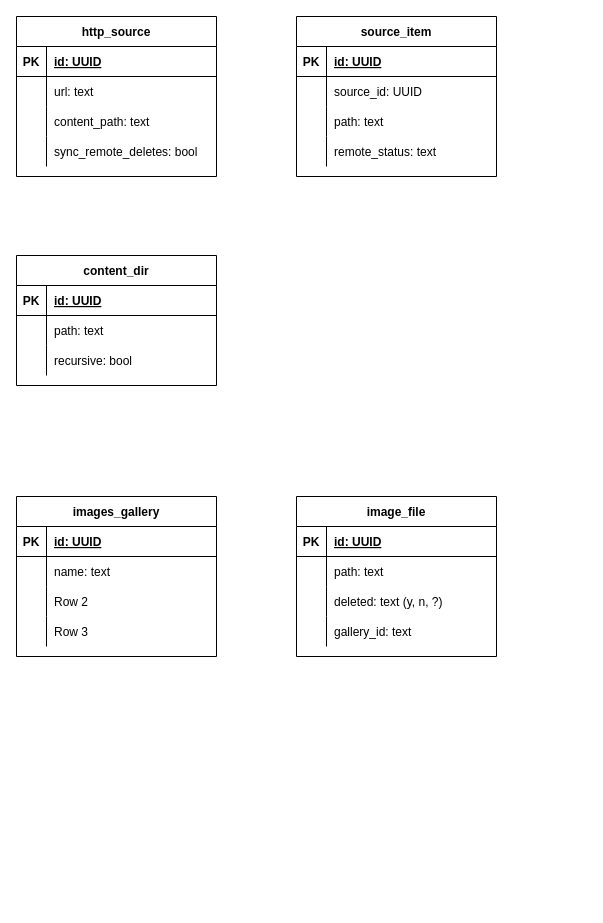
giobyte8/galleries keeps this draw.io diagram as docs/DB Schema.drawio. Above is the earlier version. Source tidied: cells renumbered, new cells numbered last; positions are measured from the earlier drawing's top-left corner, leaving out a move shared by most shapes. Both pictures are drawn from the tidied source at 100%, with x=0, y=0 at pixel (16, 16).
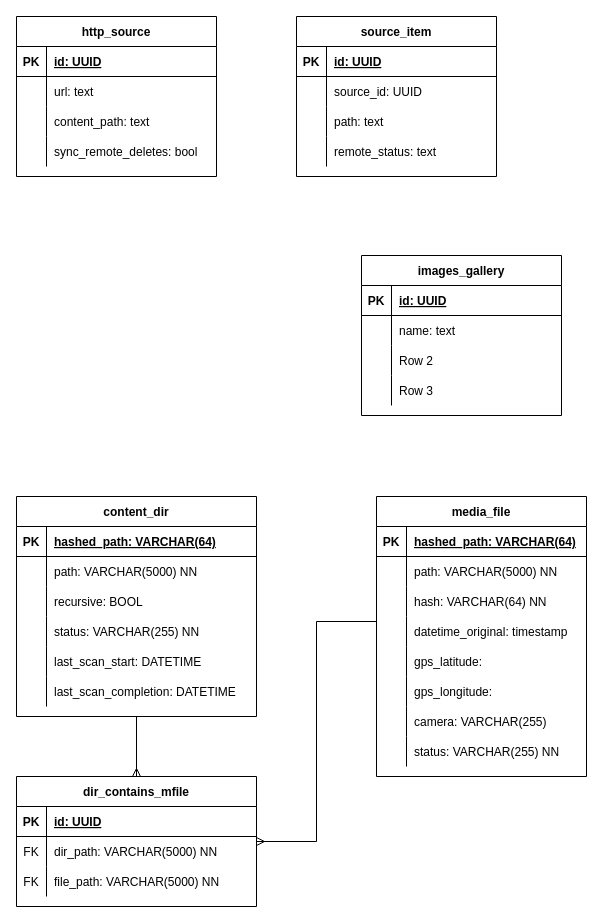
After the change.

Commit message (it also covers changes not shown here):
Add 'scanner' service design and db schema

The edit, as a diff of the source:
```diff
@@
+    <mxCell id="64" style="edgeStyle=orthogonalEdgeStyle;rounded=0;jettySize=auto;html=1;exitX=0.5;exitY=1;exitDx=0;exitDy=0;entryX=0.5;entryY=0;entryDx=0;entryDy=0;endArrow=ERmany;endFill=0;" parent="1" edge="1" source="28" target="86">
+      <mxGeometry relative="1" as="geometry" />
+    </mxCell>
     <mxCell id="28" value="content_dir" style="shape=table;startSize=30;childLayout=tableLayout;rowLines=0;fontStyle=1;align=center;" parent="1" vertex="1">
-      <mxGeometry y="239" width="200" height="130" as="geometry" />
+      <mxGeometry y="480" width="240" height="220" as="geometry" />
     </mxCell>
     <mxCell id="29" style="shape=tableRow;horizontal=0;startSize=0;swimlaneHead=0;swimlaneBody=0;fillColor=none;top=0;left=0;right=0;bottom=1;" parent="28" vertex="1">
-      <mxGeometry y="30" width="200" height="30" as="geometry" />
+      <mxGeometry y="30" width="240" height="30" as="geometry" />
     </mxCell>
@@
-    <mxCell id="31" value="id: UUID" style="shape=partialRectangle;fillColor=none;top=0;left=0;bottom=0;right=0;align=left;spacingLeft=6;fontStyle=5;overflow=hidden;" parent="29" vertex="1">
-      <mxGeometry x="30" width="170" height="30" as="geometry" />
+    <mxCell id="31" value="hashed_path: VARCHAR(64)" style="shape=partialRectangle;fillColor=none;top=0;left=0;bottom=0;right=0;align=left;spacingLeft=6;fontStyle=5;overflow=hidden;" parent="29" vertex="1">
+      <mxGeometry x="30" width="210" height="30" as="geometry" />
     </mxCell>
+    <mxCell id="65" style="shape=tableRow;horizontal=0;startSize=0;swimlaneHead=0;swimlaneBody=0;fillColor=none;top=0;left=0;right=0;bottom=0;" parent="28" vertex="1">
+      <mxGeometry y="60" width="240" height="30" as="geometry" />
+    </mxCell>
+    <mxCell id="66" style="shape=partialRectangle;fillColor=none;top=0;left=0;bottom=0;right=0;overflow=hidden;" parent="65" vertex="1">
+      <mxGeometry width="30" height="30" as="geometry" />
+    </mxCell>
+    <mxCell id="67" value="path: VARCHAR(5000) NN" style="shape=partialRectangle;fillColor=none;top=0;left=0;bottom=0;right=0;align=left;spacingLeft=6;overflow=hidden;" parent="65" vertex="1">
+      <mxGeometry x="30" width="210" height="30" as="geometry" />
+    </mxCell>
+    <mxCell id="35" style="shape=tableRow;horizontal=0;startSize=0;swimlaneHead=0;swimlaneBody=0;fillColor=none;top=0;left=0;right=0;bottom=0;" parent="28" vertex="1">
+      <mxGeometry y="90" width="240" height="30" as="geometry" />
+    </mxCell>
+    <mxCell id="36" style="shape=partialRectangle;fillColor=none;top=0;left=0;bottom=0;right=0;overflow=hidden;" parent="35" vertex="1">
+      <mxGeometry width="30" height="30" as="geometry" />
+    </mxCell>
+    <mxCell id="37" value="recursive: BOOL" style="shape=partialRectangle;fillColor=none;top=0;left=0;bottom=0;right=0;align=left;spacingLeft=6;overflow=hidden;" parent="35" vertex="1">
+      <mxGeometry x="30" width="210" height="30" as="geometry" />
+    </mxCell>
     <mxCell id="32" style="shape=tableRow;horizontal=0;startSize=0;swimlaneHead=0;swimlaneBody=0;fillColor=none;top=0;left=0;right=0;bottom=0;" parent="28" vertex="1">
-      <mxGeometry y="60" width="200" height="30" as="geometry" />
+      <mxGeometry y="120" width="240" height="30" as="geometry" />
     </mxCell>
@@
-    <mxCell id="34" value="path: text" style="shape=partialRectangle;fillColor=none;top=0;left=0;bottom=0;right=0;align=left;spacingLeft=6;overflow=hidden;" parent="32" vertex="1">
-      <mxGeometry x="30" width="170" height="30" as="geometry" />
+    <mxCell id="34" value="status: VARCHAR(255) NN" style="shape=partialRectangle;fillColor=none;top=0;left=0;bottom=0;right=0;align=left;spacingLeft=6;overflow=hidden;" parent="32" vertex="1">
+      <mxGeometry x="30" width="210" height="30" as="geometry" />
     </mxCell>
-    <mxCell id="35" style="shape=tableRow;horizontal=0;startSize=0;swimlaneHead=0;swimlaneBody=0;fillColor=none;top=0;left=0;right=0;bottom=0;" parent="28" vertex="1">
-      <mxGeometry y="90" width="200" height="30" as="geometry" />
-    </mxCell>
-    <mxCell id="36" style="shape=partialRectangle;fillColor=none;top=0;left=0;bottom=0;right=0;overflow=hidden;" parent="35" vertex="1">
-      <mxGeometry width="30" height="30" as="geometry" />
-    </mxCell>
-    <mxCell id="37" value="recursive: bool" style="shape=partialRectangle;fillColor=none;top=0;left=0;bottom=0;right=0;align=left;spacingLeft=6;overflow=hidden;" parent="35" vertex="1">
-      <mxGeometry x="30" width="170" height="30" as="geometry" />
-    </mxCell>
+    <mxCell id="68" style="shape=tableRow;horizontal=0;startSize=0;swimlaneHead=0;swimlaneBody=0;fillColor=none;top=0;left=0;right=0;bottom=0;" parent="28" vertex="1">
+      <mxGeometry y="150" width="240" height="30" as="geometry" />
+    </mxCell>
+    <mxCell id="69" style="shape=partialRectangle;fillColor=none;top=0;left=0;bottom=0;right=0;overflow=hidden;" parent="68" vertex="1">
+      <mxGeometry width="30" height="30" as="geometry" />
+    </mxCell>
+    <mxCell id="70" value="last_scan_start: DATETIME" style="shape=partialRectangle;fillColor=none;top=0;left=0;bottom=0;right=0;align=left;spacingLeft=6;overflow=hidden;" parent="68" vertex="1">
+      <mxGeometry x="30" width="210" height="30" as="geometry" />
+    </mxCell>
+    <mxCell id="71" style="shape=tableRow;horizontal=0;startSize=0;swimlaneHead=0;swimlaneBody=0;fillColor=none;top=0;left=0;right=0;bottom=0;" parent="28" vertex="1">
+      <mxGeometry y="180" width="240" height="30" as="geometry" />
+    </mxCell>
+    <mxCell id="72" style="shape=partialRectangle;fillColor=none;top=0;left=0;bottom=0;right=0;overflow=hidden;" parent="71" vertex="1">
+      <mxGeometry width="30" height="30" as="geometry" />
+    </mxCell>
+    <mxCell id="73" value="last_scan_completion: DATETIME" style="shape=partialRectangle;fillColor=none;top=0;left=0;bottom=0;right=0;align=left;spacingLeft=6;overflow=hidden;" parent="71" vertex="1">
+      <mxGeometry x="30" width="210" height="30" as="geometry" />
+    </mxCell>
-    <mxCell id="38" value="image_file" style="shape=table;startSize=30;childLayout=tableLayout;rowLines=0;fontStyle=1;align=center;" parent="1" vertex="1">
-      <mxGeometry x="280" y="480" width="200" height="160" as="geometry" />
+    <mxCell id="38" value="media_file" style="shape=table;startSize=30;childLayout=tableLayout;rowLines=0;fontStyle=1;align=center;" parent="1" vertex="1">
+      <mxGeometry x="360" y="480" width="210" height="280" as="geometry" />
     </mxCell>
     <mxCell id="39" style="shape=tableRow;horizontal=0;startSize=0;swimlaneHead=0;swimlaneBody=0;fillColor=none;top=0;left=0;right=0;bottom=1;" parent="38" vertex="1">
-      <mxGeometry y="30" width="200" height="30" as="geometry" />
+      <mxGeometry y="30" width="210" height="30" as="geometry" />
     </mxCell>
@@
-    <mxCell id="41" value="id: UUID" style="shape=partialRectangle;fillColor=none;top=0;left=0;bottom=0;right=0;align=left;spacingLeft=6;fontStyle=5;overflow=hidden;" parent="39" vertex="1">
-      <mxGeometry x="30" width="170" height="30" as="geometry" />
+    <mxCell id="41" value="hashed_path: VARCHAR(64)" style="shape=partialRectangle;fillColor=none;top=0;left=0;bottom=0;right=0;align=left;spacingLeft=6;fontStyle=5;overflow=hidden;" parent="39" vertex="1">
+      <mxGeometry x="30" width="180" height="30" as="geometry" />
     </mxCell>
-    <mxCell id="42" style="shape=tableRow;horizontal=0;startSize=0;swimlaneHead=0;swimlaneBody=0;fillColor=none;top=0;left=0;right=0;bottom=0;" parent="38" vertex="1">
-      <mxGeometry y="60" width="200" height="30" as="geometry" />
-    </mxCell>
-    <mxCell id="43" style="shape=partialRectangle;fillColor=none;top=0;left=0;bottom=0;right=0;overflow=hidden;" parent="42" vertex="1">
-      <mxGeometry width="30" height="30" as="geometry" />
-    </mxCell>
-    <mxCell id="44" value="path: text" style="shape=partialRectangle;fillColor=none;top=0;left=0;bottom=0;right=0;align=left;spacingLeft=6;overflow=hidden;" parent="42" vertex="1">
-      <mxGeometry x="30" width="170" height="30" as="geometry" />
-    </mxCell>
+    <mxCell id="74" style="shape=tableRow;horizontal=0;startSize=0;swimlaneHead=0;swimlaneBody=0;fillColor=none;top=0;left=0;right=0;bottom=0;" parent="38" vertex="1">
+      <mxGeometry y="60" width="210" height="30" as="geometry" />
+    </mxCell>
+    <mxCell id="75" style="shape=partialRectangle;fillColor=none;top=0;left=0;bottom=0;right=0;overflow=hidden;" parent="74" vertex="1">
+      <mxGeometry width="30" height="30" as="geometry" />
+    </mxCell>
+    <mxCell id="76" value="path: VARCHAR(5000) NN" style="shape=partialRectangle;fillColor=none;top=0;left=0;bottom=0;right=0;align=left;spacingLeft=6;overflow=hidden;" parent="74" vertex="1">
+      <mxGeometry x="30" width="180" height="30" as="geometry" />
+    </mxCell>
     <mxCell id="45" style="shape=tableRow;horizontal=0;startSize=0;swimlaneHead=0;swimlaneBody=0;fillColor=none;top=0;left=0;right=0;bottom=0;" parent="38" vertex="1">
-      <mxGeometry y="90" width="200" height="30" as="geometry" />
+      <mxGeometry y="90" width="210" height="30" as="geometry" />
     </mxCell>
@@
-    <mxCell id="47" value="deleted: text (y, n, ?)" style="shape=partialRectangle;fillColor=none;top=0;left=0;bottom=0;right=0;align=left;spacingLeft=6;overflow=hidden;" parent="45" vertex="1">
-      <mxGeometry x="30" width="170" height="30" as="geometry" />
+    <mxCell id="47" value="hash: VARCHAR(64) NN" style="shape=partialRectangle;fillColor=none;top=0;left=0;bottom=0;right=0;align=left;spacingLeft=6;overflow=hidden;" parent="45" vertex="1">
+      <mxGeometry x="30" width="180" height="30" as="geometry" />
     </mxCell>
     <mxCell id="48" style="shape=tableRow;horizontal=0;startSize=0;swimlaneHead=0;swimlaneBody=0;fillColor=none;top=0;left=0;right=0;bottom=0;" parent="38" vertex="1">
-      <mxGeometry y="120" width="200" height="30" as="geometry" />
+      <mxGeometry y="120" width="210" height="30" as="geometry" />
     </mxCell>
@@
-    <mxCell id="50" value="gallery_id: text" style="shape=partialRectangle;fillColor=none;top=0;left=0;bottom=0;right=0;align=left;spacingLeft=6;overflow=hidden;" parent="48" vertex="1">
-      <mxGeometry x="30" width="170" height="30" as="geometry" />
+    <mxCell id="50" value="datetime_original: timestamp" style="shape=partialRectangle;fillColor=none;top=0;left=0;bottom=0;right=0;align=left;spacingLeft=6;overflow=hidden;" parent="48" vertex="1">
+      <mxGeometry x="30" width="180" height="30" as="geometry" />
     </mxCell>
+    <mxCell id="42" style="shape=tableRow;horizontal=0;startSize=0;swimlaneHead=0;swimlaneBody=0;fillColor=none;top=0;left=0;right=0;bottom=0;" parent="38" vertex="1">
+      <mxGeometry y="150" width="210" height="30" as="geometry" />
+    </mxCell>
+    <mxCell id="43" style="shape=partialRectangle;fillColor=none;top=0;left=0;bottom=0;right=0;overflow=hidden;" parent="42" vertex="1">
+      <mxGeometry width="30" height="30" as="geometry" />
+    </mxCell>
+    <mxCell id="44" value="gps_latitude:" style="shape=partialRectangle;fillColor=none;top=0;left=0;bottom=0;right=0;align=left;spacingLeft=6;overflow=hidden;" parent="42" vertex="1">
+      <mxGeometry x="30" width="180" height="30" as="geometry" />
+    </mxCell>
+    <mxCell id="77" style="shape=tableRow;horizontal=0;startSize=0;swimlaneHead=0;swimlaneBody=0;fillColor=none;top=0;left=0;right=0;bottom=0;" parent="38" vertex="1">
+      <mxGeometry y="180" width="210" height="30" as="geometry" />
+    </mxCell>
+    <mxCell id="78" style="shape=partialRectangle;fillColor=none;top=0;left=0;bottom=0;right=0;overflow=hidden;" parent="77" vertex="1">
+      <mxGeometry width="30" height="30" as="geometry" />
+    </mxCell>
+    <mxCell id="79" value="gps_longitude: " style="shape=partialRectangle;fillColor=none;top=0;left=0;bottom=0;right=0;align=left;spacingLeft=6;overflow=hidden;" parent="77" vertex="1">
+      <mxGeometry x="30" width="180" height="30" as="geometry" />
+    </mxCell>
+    <mxCell id="80" style="shape=tableRow;horizontal=0;startSize=0;swimlaneHead=0;swimlaneBody=0;fillColor=none;top=0;left=0;right=0;bottom=0;" parent="38" vertex="1">
+      <mxGeometry y="210" width="210" height="30" as="geometry" />
+    </mxCell>
+    <mxCell id="81" style="shape=partialRectangle;fillColor=none;top=0;left=0;bottom=0;right=0;overflow=hidden;" parent="80" vertex="1">
+      <mxGeometry width="30" height="30" as="geometry" />
+    </mxCell>
+    <mxCell id="82" value="camera: VARCHAR(255)" style="shape=partialRectangle;fillColor=none;top=0;left=0;bottom=0;right=0;align=left;spacingLeft=6;overflow=hidden;" parent="80" vertex="1">
+      <mxGeometry x="30" width="180" height="30" as="geometry" />
+    </mxCell>
+    <mxCell id="83" style="shape=tableRow;horizontal=0;startSize=0;swimlaneHead=0;swimlaneBody=0;fillColor=none;top=0;left=0;right=0;bottom=0;" parent="38" vertex="1">
+      <mxGeometry y="240" width="210" height="30" as="geometry" />
+    </mxCell>
+    <mxCell id="84" style="shape=partialRectangle;fillColor=none;top=0;left=0;bottom=0;right=0;overflow=hidden;" parent="83" vertex="1">
+      <mxGeometry width="30" height="30" as="geometry" />
+    </mxCell>
+    <mxCell id="85" value="status: VARCHAR(255) NN" style="shape=partialRectangle;fillColor=none;top=0;left=0;bottom=0;right=0;align=left;spacingLeft=6;overflow=hidden;" parent="83" vertex="1">
+      <mxGeometry x="30" width="180" height="30" as="geometry" />
+    </mxCell>
     <mxCell id="51" value="images_gallery" style="shape=table;startSize=30;childLayout=tableLayout;rowLines=0;fontStyle=1;align=center;" parent="1" vertex="1">
-      <mxGeometry y="480" width="200" height="160" as="geometry" />
+      <mxGeometry x="345" y="239" width="200" height="160" as="geometry" />
     </mxCell>
@@
+    <mxCell id="86" value="dir_contains_mfile" style="shape=table;startSize=30;childLayout=tableLayout;rowLines=0;fontStyle=1;align=center;" parent="1" vertex="1">
+      <mxGeometry y="760" width="240" height="130" as="geometry" />
+    </mxCell>
+    <mxCell id="87" style="shape=tableRow;horizontal=0;startSize=0;swimlaneHead=0;swimlaneBody=0;fillColor=none;top=0;left=0;right=0;bottom=1;" parent="86" vertex="1">
+      <mxGeometry y="30" width="240" height="30" as="geometry" />
+    </mxCell>
+    <mxCell id="88" value="PK" style="shape=partialRectangle;fillColor=none;top=0;left=0;bottom=0;right=0;fontStyle=1;overflow=hidden;" parent="87" vertex="1">
+      <mxGeometry width="30" height="30" as="geometry" />
+    </mxCell>
+    <mxCell id="89" value="id: UUID" style="shape=partialRectangle;fillColor=none;top=0;left=0;bottom=0;right=0;align=left;spacingLeft=6;fontStyle=5;overflow=hidden;" parent="87" vertex="1">
+      <mxGeometry x="30" width="210" height="30" as="geometry" />
+    </mxCell>
+    <mxCell id="90" style="shape=tableRow;horizontal=0;startSize=0;swimlaneHead=0;swimlaneBody=0;fillColor=none;top=0;left=0;right=0;bottom=0;" parent="86" vertex="1">
+      <mxGeometry y="60" width="240" height="30" as="geometry" />
+    </mxCell>
+    <mxCell id="91" value="FK" style="shape=partialRectangle;fillColor=none;top=0;left=0;bottom=0;right=0;overflow=hidden;" parent="90" vertex="1">
+      <mxGeometry width="30" height="30" as="geometry" />
+    </mxCell>
+    <mxCell id="92" value="dir_path: VARCHAR(5000) NN" style="shape=partialRectangle;fillColor=none;top=0;left=0;bottom=0;right=0;align=left;spacingLeft=6;overflow=hidden;" parent="90" vertex="1">
+      <mxGeometry x="30" width="210" height="30" as="geometry" />
+    </mxCell>
+    <mxCell id="93" style="shape=tableRow;horizontal=0;startSize=0;swimlaneHead=0;swimlaneBody=0;fillColor=none;top=0;left=0;right=0;bottom=0;" parent="86" vertex="1">
+      <mxGeometry y="90" width="240" height="30" as="geometry" />
+    </mxCell>
+    <mxCell id="94" value="FK" style="shape=partialRectangle;fillColor=none;top=0;left=0;bottom=0;right=0;overflow=hidden;" parent="93" vertex="1">
+      <mxGeometry width="30" height="30" as="geometry" />
+    </mxCell>
+    <mxCell id="95" value="file_path: VARCHAR(5000) NN" style="shape=partialRectangle;fillColor=none;top=0;left=0;bottom=0;right=0;align=left;spacingLeft=6;overflow=hidden;" parent="93" vertex="1">
+      <mxGeometry x="30" width="210" height="30" as="geometry" />
+    </mxCell>
+    <mxCell id="96" style="edgeStyle=orthogonalEdgeStyle;rounded=0;jettySize=auto;html=1;endArrow=ERmany;endFill=0;" parent="1" edge="1" source="38" target="86">
+      <mxGeometry relative="1" as="geometry">
+        <Array as="points">
+          <mxPoint x="300" y="605" />
+          <mxPoint x="300" y="825" />
+        </Array>
+      </mxGeometry>
+    </mxCell>
```
